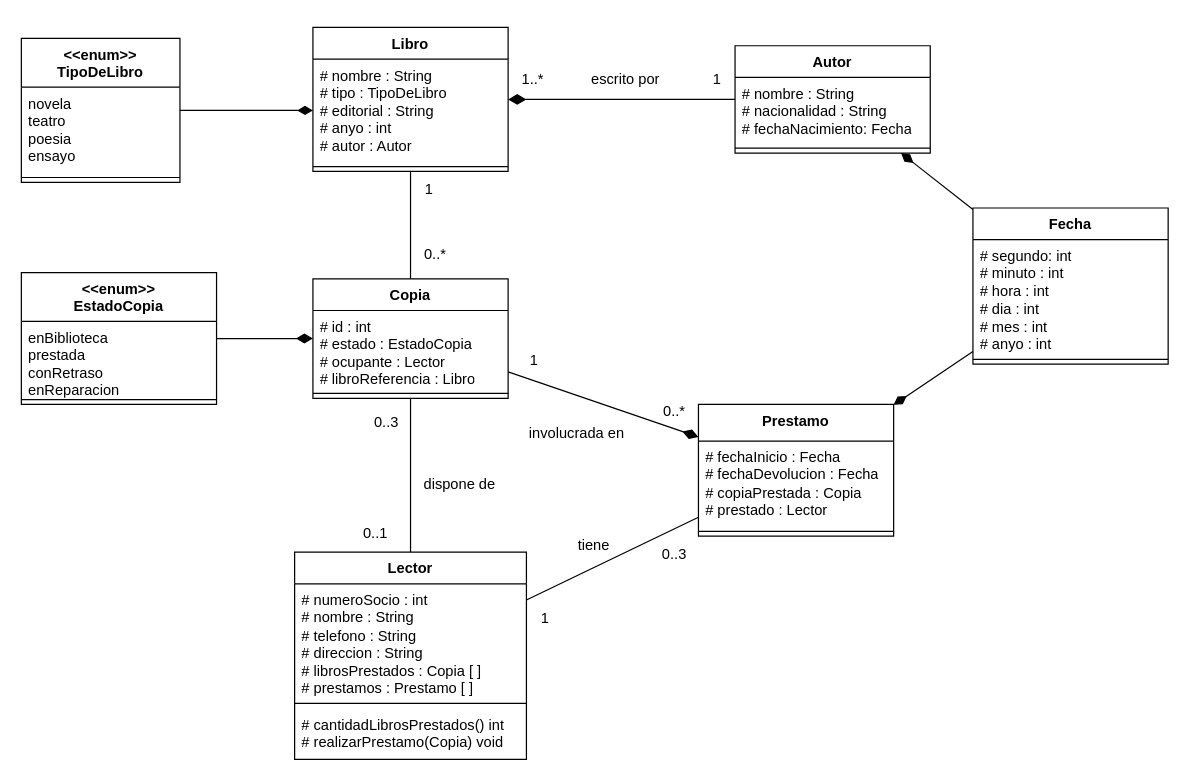
Earlier version of the draw.io diagram Ejercicio 4.drawio (NaDeLocos/eed-tema4-p1). Source tidied: cells renumbered, new cells numbered last; positions are measured from the earlier drawing's top-left corner, leaving out a move shared by most shapes. Both pictures are drawn from the tidied source at 122%, with x=0, y=0 at pixel (21, 27).
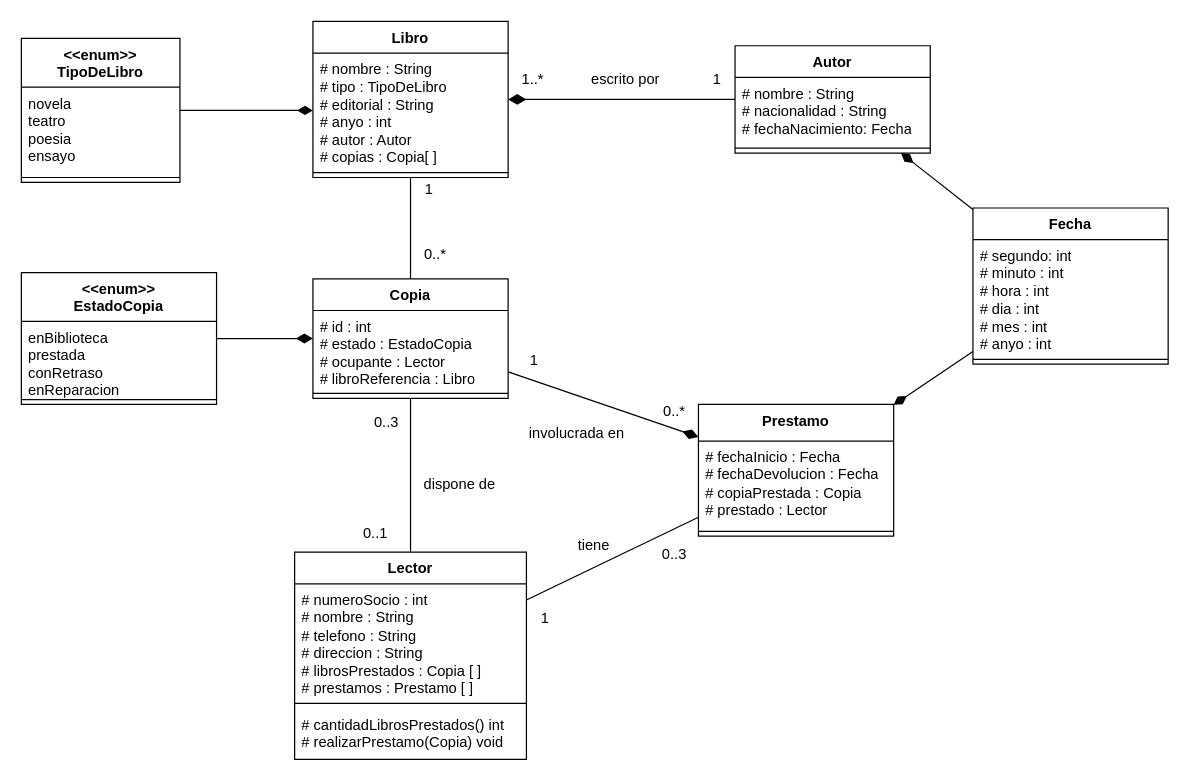
Above is the later version.

The edit, as a diff of the source:
```diff
@@
     <mxCell id="25" value="Libro" style="swimlane;fontStyle=1;align=center;verticalAlign=top;horizontal=1;startSize=26;whiteSpace=wrap;html=1;" parent="1" vertex="1">
-      <mxGeometry x="239" width="160" height="118" as="geometry" />
+      <mxGeometry x="239" y="-5" width="160" height="128" as="geometry" />
     </mxCell>
-    <mxCell id="26" value="# nombre : String&lt;br&gt;# tipo : TipoDeLibro&lt;br&gt;# editorial : String&lt;br&gt;# anyo : int&lt;br&gt;# autor : Autor" style="text;strokeColor=none;fillColor=none;align=left;verticalAlign=top;spacingLeft=4;spacingRight=4;overflow=hidden;points=[[0,0.5],[1,0.5]];portConstraint=eastwest;whiteSpace=wrap;html=1;" parent="25" vertex="1">
-      <mxGeometry y="26" width="160" height="84" as="geometry" />
+    <mxCell id="26" value="# nombre : String&lt;br&gt;# tipo : TipoDeLibro&lt;br&gt;# editorial : String&lt;br&gt;# anyo : int&lt;br&gt;# autor : Autor&lt;br&gt;# copias : Copia[ ]" style="text;strokeColor=none;fillColor=none;align=left;verticalAlign=top;spacingLeft=4;spacingRight=4;overflow=hidden;points=[[0,0.5],[1,0.5]];portConstraint=eastwest;whiteSpace=wrap;html=1;" parent="25" vertex="1">
+      <mxGeometry y="26" width="160" height="94" as="geometry" />
     </mxCell>
     <mxCell id="27" style="line;strokeWidth=1;fillColor=none;align=left;verticalAlign=middle;spacingTop=-1;spacingLeft=3;spacingRight=3;labelPosition=right;strokeColor=inherit;" parent="25" vertex="1">
-      <mxGeometry y="110" width="160" height="8" as="geometry" />
+      <mxGeometry y="120" width="160" height="8" as="geometry" />
     </mxCell>
```
